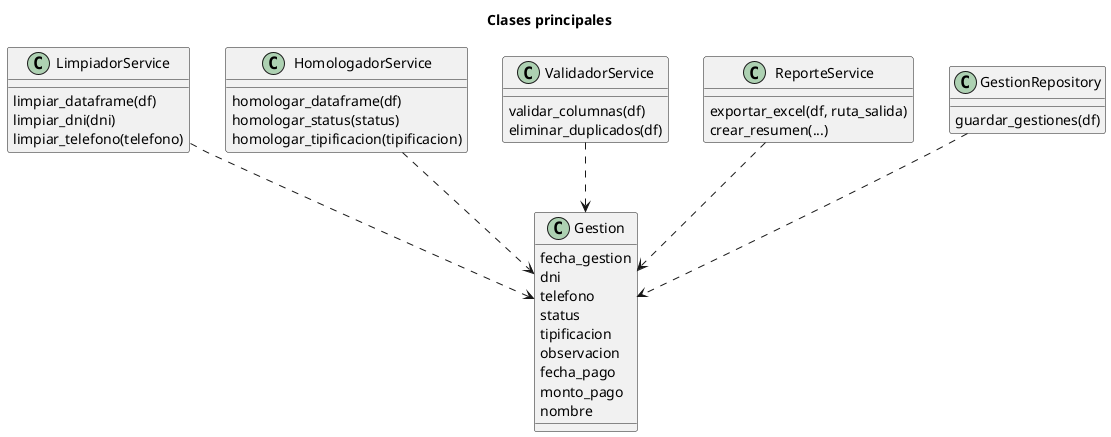
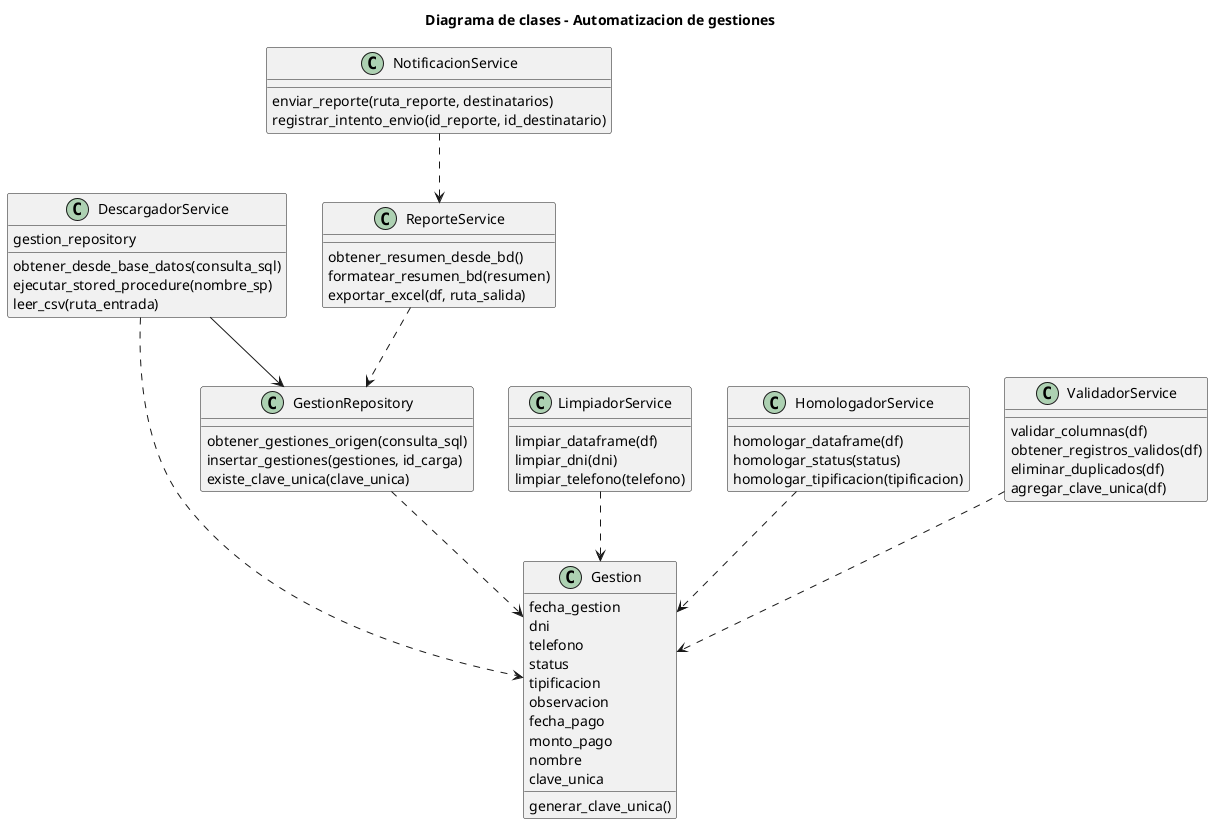
@startuml
- title Clases principales
+ title Diagrama de clases - Automatizacion de gestiones

class Gestion {
  fecha_gestion
  dni
  telefono
  status
  tipificacion
  observacion
  fecha_pago
  monto_pago
  nombre
+   clave_unica
+   generar_clave_unica()
+ }
+ 
+ class DescargadorService {
+   gestion_repository
+   obtener_desde_base_datos(consulta_sql)
+   ejecutar_stored_procedure(nombre_sp)
+   leer_csv(ruta_entrada)
}

class LimpiadorService {
  limpiar_dataframe(df)
  limpiar_dni(dni)
  limpiar_telefono(telefono)
}

class HomologadorService {
  homologar_dataframe(df)
  homologar_status(status)
  homologar_tipificacion(tipificacion)
}

class ValidadorService {
  validar_columnas(df)
+   obtener_registros_validos(df)
  eliminar_duplicados(df)
+   agregar_clave_unica(df)
+ }
+ 
+ class GestionRepository {
+   obtener_gestiones_origen(consulta_sql)
+   insertar_gestiones(gestiones, id_carga)
+   existe_clave_unica(clave_unica)
}

class ReporteService {
+   obtener_resumen_desde_bd()
+   formatear_resumen_bd(resumen)
  exportar_excel(df, ruta_salida)
-   crear_resumen(...)
}

- class GestionRepository {
-   guardar_gestiones(df)
+ class NotificacionService {
+   enviar_reporte(ruta_reporte, destinatarios)
+   registrar_intento_envio(id_reporte, id_destinatario)
}

- GestionRepository ..> Gestion
+ DescargadorService --> GestionRepository
+ DescargadorService ..> Gestion
LimpiadorService ..> Gestion
HomologadorService ..> Gestion
ValidadorService ..> Gestion
- ReporteService ..> Gestion
+ GestionRepository ..> Gestion
+ ReporteService ..> GestionRepository
+ NotificacionService ..> ReporteService

@enduml

